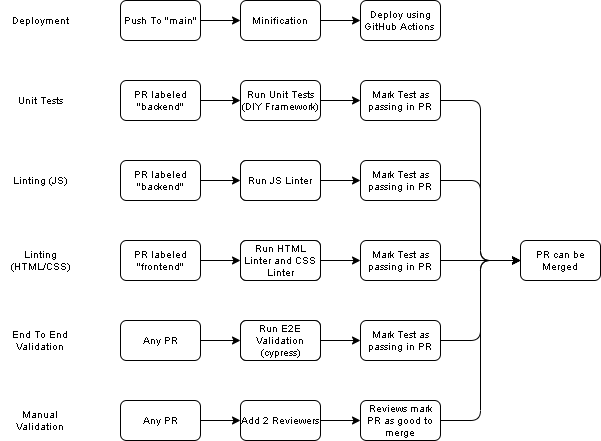
Above: admin/cipipeline/phase1.drawio.png in cse110-fa22-group29/cse110-fa22-group29 (draw.io), before the change. Source tidied: cells renumbered, new cells last; positions are measured from the earlier drawing's top-left corner, leaving out a move shared by most shapes.
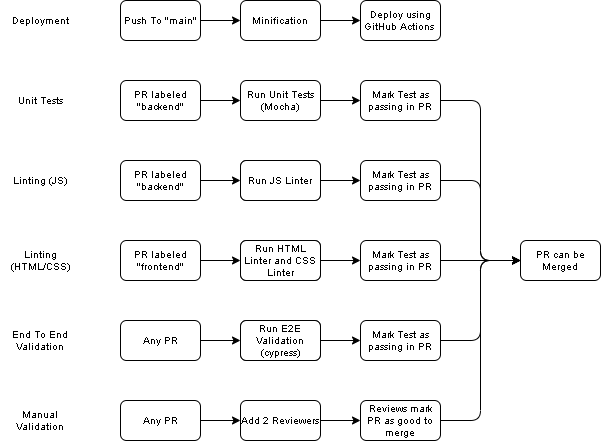
The same diagram one commit later.

Commit message:
update phase1 diagram with updated mocha framework

What changed in the source:
```diff
@@ -37,7 +37,7 @@
     <mxCell id="12" value="PR labeled &quot;backend&quot;" style="rounded=1;whiteSpace=wrap;html=1;fontSize=10;" parent="1" vertex="1">
       <mxGeometry x="120" y="80" width="80" height="40" as="geometry" />
     </mxCell>
-    <mxCell id="13" value="Run Unit Tests (DIY Framework)" style="rounded=1;whiteSpace=wrap;html=1;fontSize=10;" parent="1" vertex="1">
+    <mxCell id="13" value="Run Unit Tests (Mocha)" style="rounded=1;whiteSpace=wrap;html=1;fontSize=10;" parent="1" vertex="1">
       <mxGeometry x="240" y="80" width="80" height="40" as="geometry" />
     </mxCell>
     <mxCell id="14" style="endArrow=classic;html=1;fontSize=10;exitX=1;exitY=0.5;exitDx=0;exitDy=0;" parent="1" edge="1" source="12">
```
